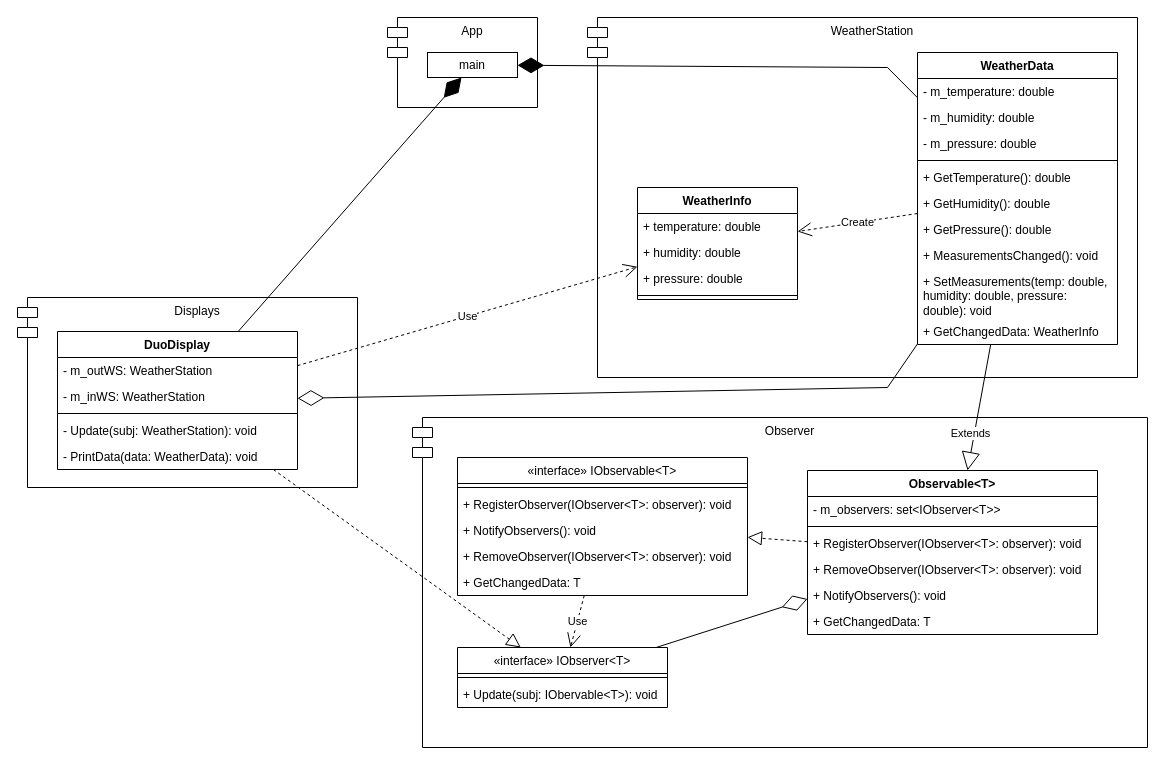
The draw.io diagram lw2/WeatherStationDuo.drawio in ProstP/OOD, before the edit. Source tidied: cells renumbered, new cells numbered last; positions are measured from the earlier drawing's top-left corner, leaving out a move shared by most shapes. Both pictures are drawn from the tidied source at 100%, with x=0, y=0 at pixel (17, 17).
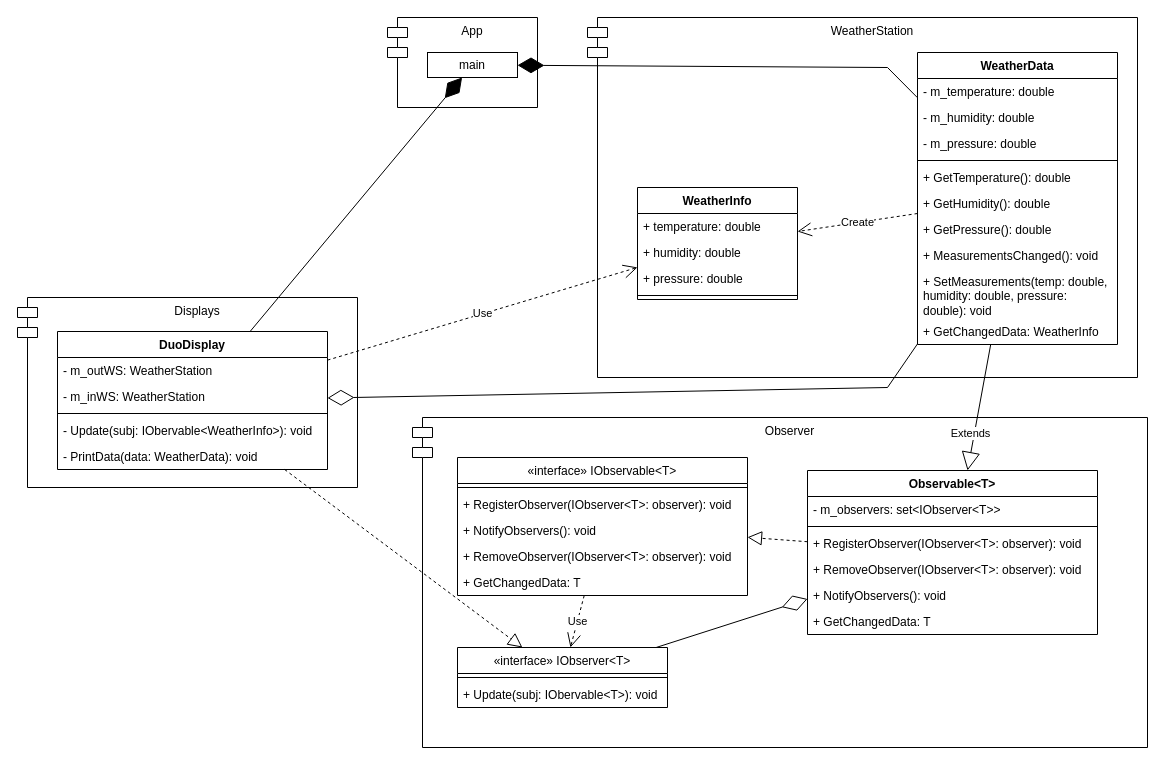
The same diagram, later.

Commit message:
Lw2-4 Изменил тип аргумента в методе в диаграмме

Change to the diagram source:
```diff
@@
     <mxCell id="45" value="DuoDisplay" style="swimlane;fontStyle=1;align=center;verticalAlign=top;horizontal=1;startSize=26;whiteSpace=wrap;html=1;" parent="1" vertex="1">
-      <mxGeometry x="40" y="314" width="240" height="138" as="geometry" />
+      <mxGeometry x="40" y="314" width="270" height="138" as="geometry" />
     </mxCell>
     <mxCell id="46" value="- m_outWS: WeatherStation" style="text;strokeColor=none;fillColor=none;align=left;verticalAlign=top;spacingLeft=4;spacingRight=4;overflow=hidden;whiteSpace=wrap;html=1;" parent="45" vertex="1">
-      <mxGeometry y="26" width="240" height="26" as="geometry" />
+      <mxGeometry y="26" width="270" height="26" as="geometry" />
     </mxCell>
     <mxCell id="47" value="- m_inWS: WeatherStation" style="text;strokeColor=none;fillColor=none;align=left;verticalAlign=top;spacingLeft=4;spacingRight=4;overflow=hidden;whiteSpace=wrap;html=1;" parent="45" vertex="1">
-      <mxGeometry y="52" width="240" height="26" as="geometry" />
+      <mxGeometry y="52" width="270" height="26" as="geometry" />
     </mxCell>
     <mxCell id="48" style="line;strokeWidth=1;fillColor=none;align=left;verticalAlign=middle;spacingTop=-1;spacingLeft=3;spacingRight=3;labelPosition=right;strokeColor=inherit;" parent="45" vertex="1">
-      <mxGeometry y="78" width="240" height="8" as="geometry" />
+      <mxGeometry y="78" width="270" height="8" as="geometry" />
     </mxCell>
-    <mxCell id="49" value="- Update(subj: WeatherStation): void" style="text;strokeColor=none;fillColor=none;align=left;verticalAlign=top;spacingLeft=4;spacingRight=4;overflow=hidden;whiteSpace=wrap;html=1;" parent="45" vertex="1">
-      <mxGeometry y="86" width="240" height="26" as="geometry" />
+    <mxCell id="49" value="- Update(subj: IObervable&amp;lt;WeatherInfo&amp;gt;): void" style="text;strokeColor=none;fillColor=none;align=left;verticalAlign=top;spacingLeft=4;spacingRight=4;overflow=hidden;whiteSpace=wrap;html=1;" parent="45" vertex="1">
+      <mxGeometry y="86" width="270" height="26" as="geometry" />
     </mxCell>
     <mxCell id="50" value="- PrintData(data: WeatherData): void" style="text;strokeColor=none;fillColor=none;align=left;verticalAlign=top;spacingLeft=4;spacingRight=4;overflow=hidden;whiteSpace=wrap;html=1;" parent="45" vertex="1">
-      <mxGeometry y="112" width="240" height="26" as="geometry" />
+      <mxGeometry y="112" width="270" height="26" as="geometry" />
     </mxCell>
```
